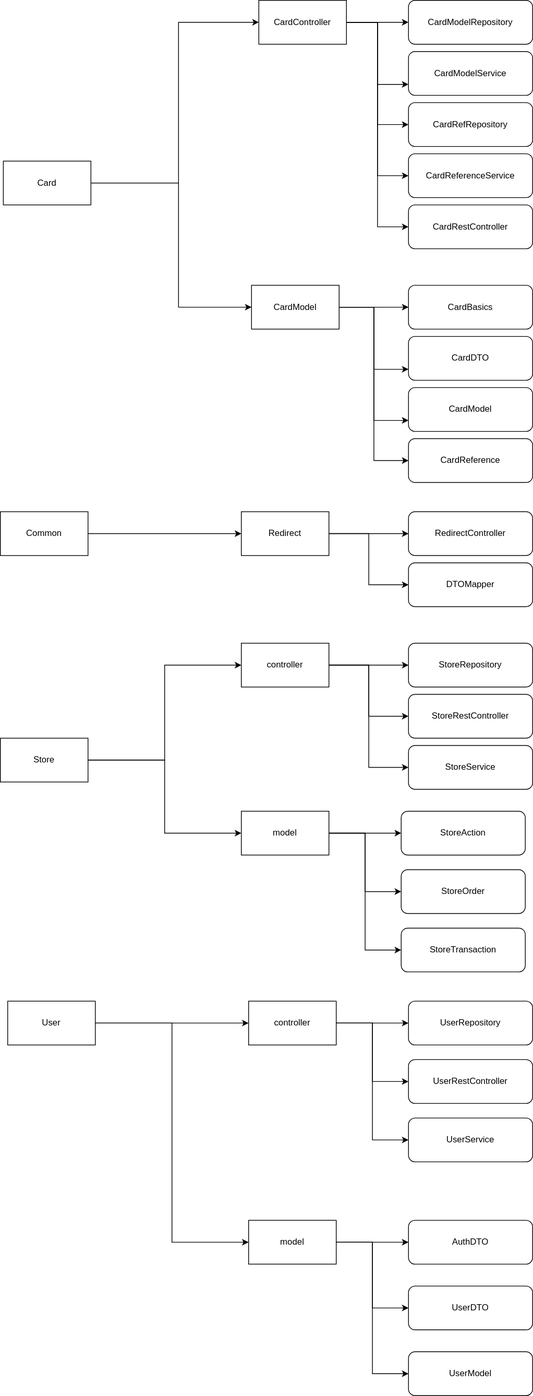
Before: ASI2 - Architecture.svg, a diagram exported from draw.io (julia-rjk/ASI2). Source tidied: cells renumbered, new cells last; positions are measured from the earlier drawing's top-left corner, leaving out a move shared by most shapes. The source it was exported from:
```xml
<mxGraphModel>
  <root>
    <mxCell id="0" />
    <mxCell id="1" parent="0" />
    <mxCell id="2" style="edgeStyle=orthogonalEdgeStyle;rounded=0;jettySize=auto;html=1;entryX=0;entryY=0.5;entryDx=0;entryDy=0;" parent="1" edge="1" source="7" target="13">
      <mxGeometry relative="1" as="geometry" />
    </mxCell>
    <mxCell id="3" style="edgeStyle=orthogonalEdgeStyle;rounded=0;jettySize=auto;html=1;entryX=0;entryY=0.75;entryDx=0;entryDy=0;" parent="1" edge="1" source="7" target="14">
      <mxGeometry relative="1" as="geometry" />
    </mxCell>
    <mxCell id="4" style="edgeStyle=orthogonalEdgeStyle;rounded=0;jettySize=auto;html=1;entryX=0;entryY=0.5;entryDx=0;entryDy=0;" parent="1" edge="1" source="7" target="15">
      <mxGeometry relative="1" as="geometry" />
    </mxCell>
    <mxCell id="5" style="edgeStyle=orthogonalEdgeStyle;rounded=0;jettySize=auto;html=1;entryX=0;entryY=0.5;entryDx=0;entryDy=0;" parent="1" edge="1" source="7" target="16">
      <mxGeometry relative="1" as="geometry" />
    </mxCell>
    <mxCell id="6" style="edgeStyle=orthogonalEdgeStyle;rounded=0;jettySize=auto;html=1;entryX=0;entryY=0.5;entryDx=0;entryDy=0;" parent="1" edge="1" source="7" target="17">
      <mxGeometry relative="1" as="geometry" />
    </mxCell>
    <mxCell id="7" value="&lt;div&gt;CardController&lt;/div&gt;" style="rounded=0;whiteSpace=wrap;html=1;" parent="1" vertex="1">
      <mxGeometry x="354" width="120" height="60" as="geometry" />
    </mxCell>
    <mxCell id="8" style="edgeStyle=orthogonalEdgeStyle;rounded=0;jettySize=auto;html=1;entryX=0;entryY=0.5;entryDx=0;entryDy=0;" parent="1" edge="1" source="12" target="18">
      <mxGeometry relative="1" as="geometry" />
    </mxCell>
    <mxCell id="9" style="edgeStyle=orthogonalEdgeStyle;rounded=0;jettySize=auto;html=1;entryX=0;entryY=0.75;entryDx=0;entryDy=0;" parent="1" edge="1" source="12" target="19">
      <mxGeometry relative="1" as="geometry" />
    </mxCell>
    <mxCell id="10" style="edgeStyle=orthogonalEdgeStyle;rounded=0;jettySize=auto;html=1;entryX=0;entryY=0.75;entryDx=0;entryDy=0;" parent="1" edge="1" source="12" target="20">
      <mxGeometry relative="1" as="geometry" />
    </mxCell>
    <mxCell id="11" style="edgeStyle=orthogonalEdgeStyle;rounded=0;jettySize=auto;html=1;entryX=0;entryY=0.5;entryDx=0;entryDy=0;" parent="1" edge="1" source="12" target="21">
      <mxGeometry relative="1" as="geometry" />
    </mxCell>
    <mxCell id="12" value="CardModel" style="rounded=0;whiteSpace=wrap;html=1;" parent="1" vertex="1">
      <mxGeometry x="344" y="390" width="120" height="60" as="geometry" />
    </mxCell>
    <mxCell id="13" value="CardModelRepository" style="rounded=1;whiteSpace=wrap;html=1;" parent="1" vertex="1">
      <mxGeometry x="559" width="170" height="60" as="geometry" />
    </mxCell>
    <mxCell id="14" value="CardModelService" style="rounded=1;whiteSpace=wrap;html=1;" parent="1" vertex="1">
      <mxGeometry x="559" y="70" width="170" height="60" as="geometry" />
    </mxCell>
    <mxCell id="15" value="CardRefRepository" style="rounded=1;whiteSpace=wrap;html=1;" parent="1" vertex="1">
      <mxGeometry x="559" y="140" width="170" height="60" as="geometry" />
    </mxCell>
    <mxCell id="16" value="CardReferenceService" style="rounded=1;whiteSpace=wrap;html=1;" parent="1" vertex="1">
      <mxGeometry x="559" y="210" width="170" height="60" as="geometry" />
    </mxCell>
    <mxCell id="17" value="CardRestController" style="rounded=1;whiteSpace=wrap;html=1;" parent="1" vertex="1">
      <mxGeometry x="559" y="280" width="170" height="60" as="geometry" />
    </mxCell>
    <mxCell id="18" value="CardBasics" style="rounded=1;whiteSpace=wrap;html=1;" parent="1" vertex="1">
      <mxGeometry x="559" y="390" width="170" height="60" as="geometry" />
    </mxCell>
    <mxCell id="19" value="CardDTO" style="rounded=1;whiteSpace=wrap;html=1;" parent="1" vertex="1">
      <mxGeometry x="559" y="460" width="170" height="60" as="geometry" />
    </mxCell>
    <mxCell id="20" value="CardModel" style="rounded=1;whiteSpace=wrap;html=1;" parent="1" vertex="1">
      <mxGeometry x="559" y="530" width="170" height="60" as="geometry" />
    </mxCell>
    <mxCell id="21" value="CardReference" style="rounded=1;whiteSpace=wrap;html=1;" parent="1" vertex="1">
      <mxGeometry x="559" y="600" width="170" height="60" as="geometry" />
    </mxCell>
    <mxCell id="22" style="edgeStyle=orthogonalEdgeStyle;rounded=0;jettySize=auto;html=1;entryX=0;entryY=0.5;entryDx=0;entryDy=0;" parent="1" edge="1" source="23" target="30">
      <mxGeometry relative="1" as="geometry" />
    </mxCell>
    <mxCell id="23" value="Common" style="rounded=0;whiteSpace=wrap;html=1;" parent="1" vertex="1">
      <mxGeometry y="700" width="120" height="60" as="geometry" />
    </mxCell>
    <mxCell id="24" value="RedirectController" style="rounded=1;whiteSpace=wrap;html=1;" parent="1" vertex="1">
      <mxGeometry x="559" y="700" width="170" height="60" as="geometry" />
    </mxCell>
    <mxCell id="25" style="edgeStyle=orthogonalEdgeStyle;rounded=0;jettySize=auto;html=1;entryX=0;entryY=0.5;entryDx=0;entryDy=0;" parent="1" edge="1" source="27" target="12">
      <mxGeometry relative="1" as="geometry">
        <Array as="points">
          <mxPoint x="244" y="250" />
          <mxPoint x="244" y="420" />
        </Array>
      </mxGeometry>
    </mxCell>
    <mxCell id="26" style="edgeStyle=orthogonalEdgeStyle;rounded=0;jettySize=auto;html=1;entryX=0;entryY=0.5;entryDx=0;entryDy=0;" parent="1" edge="1" source="27" target="7">
      <mxGeometry relative="1" as="geometry">
        <Array as="points">
          <mxPoint x="244" y="250" />
          <mxPoint x="244" y="30" />
        </Array>
      </mxGeometry>
    </mxCell>
    <mxCell id="27" value="Card" style="rounded=0;whiteSpace=wrap;html=1;" parent="1" vertex="1">
      <mxGeometry x="4" y="220" width="120" height="60" as="geometry" />
    </mxCell>
    <mxCell id="28" style="edgeStyle=orthogonalEdgeStyle;rounded=0;jettySize=auto;html=1;entryX=0;entryY=0.5;entryDx=0;entryDy=0;" parent="1" edge="1" source="30" target="24">
      <mxGeometry relative="1" as="geometry" />
    </mxCell>
    <mxCell id="29" style="edgeStyle=orthogonalEdgeStyle;rounded=0;jettySize=auto;html=1;entryX=0;entryY=0.5;entryDx=0;entryDy=0;" parent="1" edge="1" source="30" target="31">
      <mxGeometry relative="1" as="geometry" />
    </mxCell>
    <mxCell id="30" value="Redirect" style="rounded=0;whiteSpace=wrap;html=1;" parent="1" vertex="1">
      <mxGeometry x="330" y="700" width="120" height="60" as="geometry" />
    </mxCell>
    <mxCell id="31" value="DTOMapper" style="rounded=1;whiteSpace=wrap;html=1;" parent="1" vertex="1">
      <mxGeometry x="559" y="770" width="170" height="60" as="geometry" />
    </mxCell>
    <mxCell id="32" style="edgeStyle=orthogonalEdgeStyle;rounded=0;jettySize=auto;html=1;entryX=0;entryY=0.5;entryDx=0;entryDy=0;" parent="1" edge="1" source="34" target="38">
      <mxGeometry relative="1" as="geometry" />
    </mxCell>
    <mxCell id="33" style="edgeStyle=orthogonalEdgeStyle;rounded=0;jettySize=auto;html=1;entryX=0;entryY=0.5;entryDx=0;entryDy=0;" parent="1" edge="1" source="34" target="45">
      <mxGeometry relative="1" as="geometry" />
    </mxCell>
    <mxCell id="34" value="Store" style="rounded=0;whiteSpace=wrap;html=1;" parent="1" vertex="1">
      <mxGeometry y="1010" width="120" height="60" as="geometry" />
    </mxCell>
    <mxCell id="35" style="edgeStyle=orthogonalEdgeStyle;rounded=0;jettySize=auto;html=1;entryX=0;entryY=0.5;entryDx=0;entryDy=0;" parent="1" edge="1" source="38" target="39">
      <mxGeometry relative="1" as="geometry" />
    </mxCell>
    <mxCell id="36" style="edgeStyle=orthogonalEdgeStyle;rounded=0;jettySize=auto;html=1;entryX=0;entryY=0.5;entryDx=0;entryDy=0;" parent="1" edge="1" source="38" target="40">
      <mxGeometry relative="1" as="geometry" />
    </mxCell>
    <mxCell id="37" style="edgeStyle=orthogonalEdgeStyle;rounded=0;jettySize=auto;html=1;entryX=0;entryY=0.5;entryDx=0;entryDy=0;" parent="1" edge="1" source="38" target="41">
      <mxGeometry relative="1" as="geometry" />
    </mxCell>
    <mxCell id="38" value="controller" style="rounded=0;whiteSpace=wrap;html=1;" parent="1" vertex="1">
      <mxGeometry x="330" y="880" width="120" height="60" as="geometry" />
    </mxCell>
    <mxCell id="39" value="StoreRepository" style="rounded=1;whiteSpace=wrap;html=1;" parent="1" vertex="1">
      <mxGeometry x="559" y="880" width="170" height="60" as="geometry" />
    </mxCell>
    <mxCell id="40" value="StoreRestController" style="rounded=1;whiteSpace=wrap;html=1;" parent="1" vertex="1">
      <mxGeometry x="559" y="950" width="170" height="60" as="geometry" />
    </mxCell>
    <mxCell id="41" value="StoreService" style="rounded=1;whiteSpace=wrap;html=1;" parent="1" vertex="1">
      <mxGeometry x="559" y="1020" width="170" height="60" as="geometry" />
    </mxCell>
    <mxCell id="42" style="edgeStyle=orthogonalEdgeStyle;rounded=0;jettySize=auto;html=1;entryX=0;entryY=0.5;entryDx=0;entryDy=0;" parent="1" edge="1" source="45" target="46">
      <mxGeometry relative="1" as="geometry" />
    </mxCell>
    <mxCell id="43" style="edgeStyle=orthogonalEdgeStyle;rounded=0;jettySize=auto;html=1;entryX=0;entryY=0.5;entryDx=0;entryDy=0;" parent="1" edge="1" source="45" target="47">
      <mxGeometry relative="1" as="geometry" />
    </mxCell>
    <mxCell id="44" style="edgeStyle=orthogonalEdgeStyle;rounded=0;jettySize=auto;html=1;entryX=0;entryY=0.5;entryDx=0;entryDy=0;" parent="1" edge="1" source="45" target="48">
      <mxGeometry relative="1" as="geometry" />
    </mxCell>
    <mxCell id="45" value="model" style="rounded=0;whiteSpace=wrap;html=1;" parent="1" vertex="1">
      <mxGeometry x="330" y="1110" width="120" height="60" as="geometry" />
    </mxCell>
    <mxCell id="46" value="StoreAction" style="rounded=1;whiteSpace=wrap;html=1;" parent="1" vertex="1">
      <mxGeometry x="549" y="1110" width="170" height="60" as="geometry" />
    </mxCell>
    <mxCell id="47" value="StoreOrder" style="rounded=1;whiteSpace=wrap;html=1;" parent="1" vertex="1">
      <mxGeometry x="549" y="1190" width="170" height="60" as="geometry" />
    </mxCell>
    <mxCell id="48" value="StoreTransaction" style="rounded=1;whiteSpace=wrap;html=1;" parent="1" vertex="1">
      <mxGeometry x="549" y="1270" width="170" height="60" as="geometry" />
    </mxCell>
    <mxCell id="49" style="edgeStyle=orthogonalEdgeStyle;rounded=0;jettySize=auto;html=1;entryX=0;entryY=0.5;entryDx=0;entryDy=0;" parent="1" edge="1" source="51" target="55">
      <mxGeometry relative="1" as="geometry" />
    </mxCell>
    <mxCell id="50" style="edgeStyle=orthogonalEdgeStyle;rounded=0;jettySize=auto;html=1;entryX=0;entryY=0.5;entryDx=0;entryDy=0;" parent="1" edge="1" source="51" target="62">
      <mxGeometry relative="1" as="geometry" />
    </mxCell>
    <mxCell id="51" value="User" style="rounded=0;whiteSpace=wrap;html=1;" parent="1" vertex="1">
      <mxGeometry x="10" y="1370" width="120" height="60" as="geometry" />
    </mxCell>
    <mxCell id="52" style="edgeStyle=orthogonalEdgeStyle;rounded=0;jettySize=auto;html=1;entryX=0;entryY=0.5;entryDx=0;entryDy=0;" parent="1" edge="1" source="55" target="56">
      <mxGeometry relative="1" as="geometry" />
    </mxCell>
    <mxCell id="53" style="edgeStyle=orthogonalEdgeStyle;rounded=0;jettySize=auto;html=1;entryX=0;entryY=0.5;entryDx=0;entryDy=0;" parent="1" edge="1" source="55" target="57">
      <mxGeometry relative="1" as="geometry" />
    </mxCell>
    <mxCell id="54" style="edgeStyle=orthogonalEdgeStyle;rounded=0;jettySize=auto;html=1;entryX=0;entryY=0.5;entryDx=0;entryDy=0;" parent="1" edge="1" source="55" target="58">
      <mxGeometry relative="1" as="geometry" />
    </mxCell>
    <mxCell id="55" value="controller" style="rounded=0;whiteSpace=wrap;html=1;" parent="1" vertex="1">
      <mxGeometry x="340" y="1370" width="120" height="60" as="geometry" />
    </mxCell>
    <mxCell id="56" value="UserRepository" style="rounded=1;whiteSpace=wrap;html=1;" parent="1" vertex="1">
      <mxGeometry x="559" y="1370" width="170" height="60" as="geometry" />
    </mxCell>
    <mxCell id="57" value="UserRestController" style="rounded=1;whiteSpace=wrap;html=1;" parent="1" vertex="1">
      <mxGeometry x="559" y="1450" width="170" height="60" as="geometry" />
    </mxCell>
    <mxCell id="58" value="UserService" style="rounded=1;whiteSpace=wrap;html=1;" parent="1" vertex="1">
      <mxGeometry x="559" y="1530" width="170" height="60" as="geometry" />
    </mxCell>
    <mxCell id="59" style="edgeStyle=orthogonalEdgeStyle;rounded=0;jettySize=auto;html=1;" parent="1" edge="1" source="62" target="63">
      <mxGeometry relative="1" as="geometry" />
    </mxCell>
    <mxCell id="60" style="edgeStyle=orthogonalEdgeStyle;rounded=0;jettySize=auto;html=1;entryX=0;entryY=0.5;entryDx=0;entryDy=0;" parent="1" edge="1" source="62" target="64">
      <mxGeometry relative="1" as="geometry" />
    </mxCell>
    <mxCell id="61" style="edgeStyle=orthogonalEdgeStyle;rounded=0;jettySize=auto;html=1;entryX=0;entryY=0.5;entryDx=0;entryDy=0;" parent="1" edge="1" source="62" target="65">
      <mxGeometry relative="1" as="geometry" />
    </mxCell>
    <mxCell id="62" value="model" style="rounded=0;whiteSpace=wrap;html=1;" parent="1" vertex="1">
      <mxGeometry x="340" y="1670" width="120" height="60" as="geometry" />
    </mxCell>
    <mxCell id="63" value="AuthDTO" style="rounded=1;whiteSpace=wrap;html=1;" parent="1" vertex="1">
      <mxGeometry x="559" y="1670" width="170" height="60" as="geometry" />
    </mxCell>
    <mxCell id="64" value="UserDTO" style="rounded=1;whiteSpace=wrap;html=1;" parent="1" vertex="1">
      <mxGeometry x="559" y="1760" width="170" height="60" as="geometry" />
    </mxCell>
    <mxCell id="65" value="UserModel" style="rounded=1;whiteSpace=wrap;html=1;" parent="1" vertex="1">
      <mxGeometry x="559" y="1850" width="170" height="60" as="geometry" />
    </mxCell>
  </root>
</mxGraphModel>
```
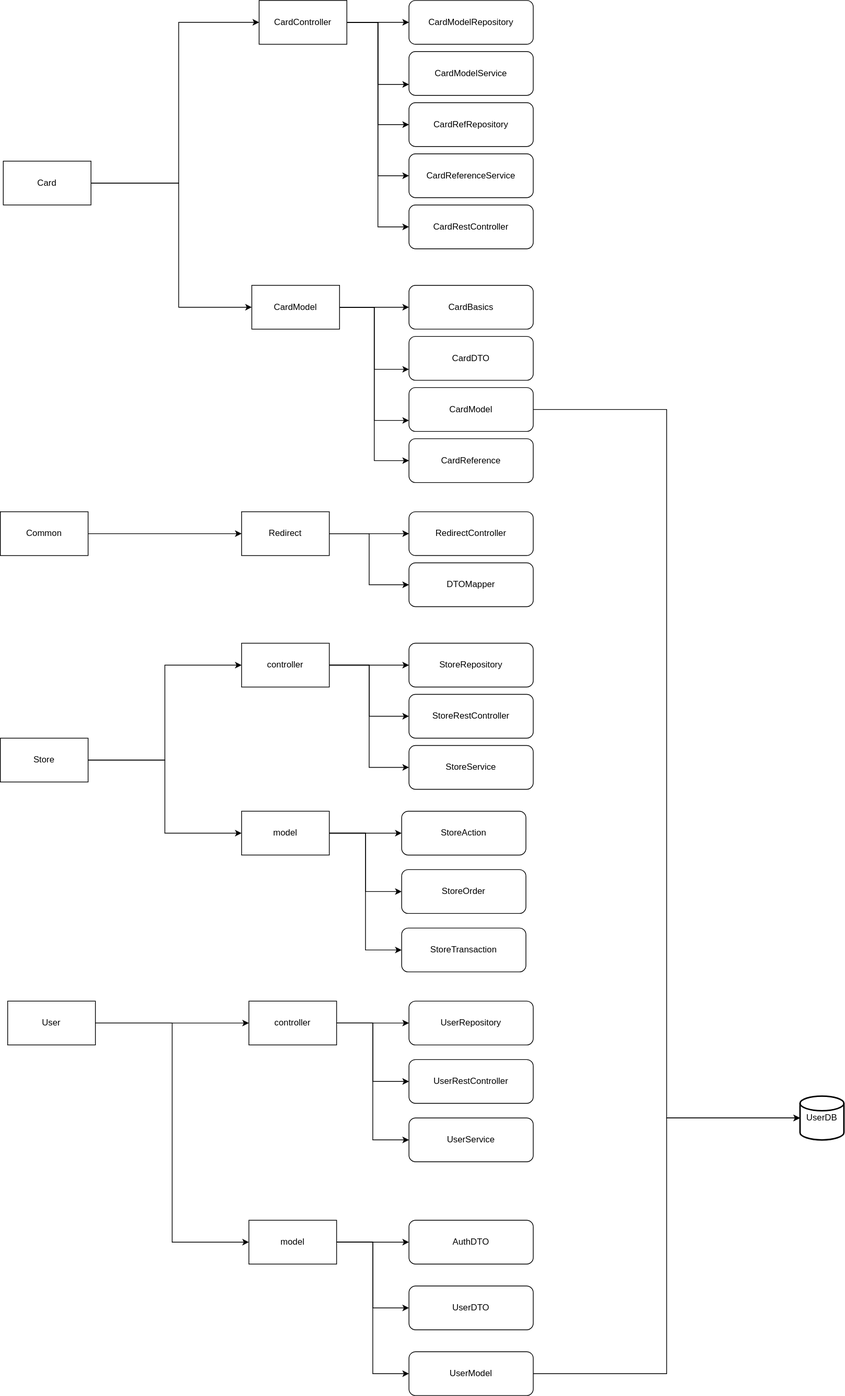
The same file after the commit.

Commit message:
Mettre à jour ASI2 - Architecture.svg

What changed in the source:
```diff
@@ -56,6 +56,9 @@
     <mxCell id="19" value="CardDTO" style="rounded=1;whiteSpace=wrap;html=1;" parent="1" vertex="1">
       <mxGeometry x="559" y="460" width="170" height="60" as="geometry" />
     </mxCell>
+    <mxCell id="66" style="edgeStyle=orthogonalEdgeStyle;rounded=0;jettySize=auto;html=1;entryX=0;entryY=0.5;entryDx=0;entryDy=0;entryPerimeter=0;" parent="1" edge="1" source="20" target="68">
+      <mxGeometry relative="1" as="geometry" />
+    </mxCell>
     <mxCell id="20" value="CardModel" style="rounded=1;whiteSpace=wrap;html=1;" parent="1" vertex="1">
       <mxGeometry x="559" y="530" width="170" height="60" as="geometry" />
     </mxCell>
@@ -201,8 +204,14 @@
     <mxCell id="64" value="UserDTO" style="rounded=1;whiteSpace=wrap;html=1;" parent="1" vertex="1">
       <mxGeometry x="559" y="1760" width="170" height="60" as="geometry" />
     </mxCell>
+    <mxCell id="67" style="edgeStyle=orthogonalEdgeStyle;rounded=0;jettySize=auto;html=1;entryX=0;entryY=0.5;entryDx=0;entryDy=0;entryPerimeter=0;" parent="1" edge="1" source="65" target="68">
+      <mxGeometry relative="1" as="geometry" />
+    </mxCell>
     <mxCell id="65" value="UserModel" style="rounded=1;whiteSpace=wrap;html=1;" parent="1" vertex="1">
       <mxGeometry x="559" y="1850" width="170" height="60" as="geometry" />
     </mxCell>
+    <mxCell id="68" value="UserDB" style="strokeWidth=2;html=1;shape=mxgraph.flowchart.database;whiteSpace=wrap;" parent="1" vertex="1">
+      <mxGeometry x="1094" y="1500" width="60" height="60" as="geometry" />
+    </mxCell>
   </root>
 </mxGraphModel>
```
